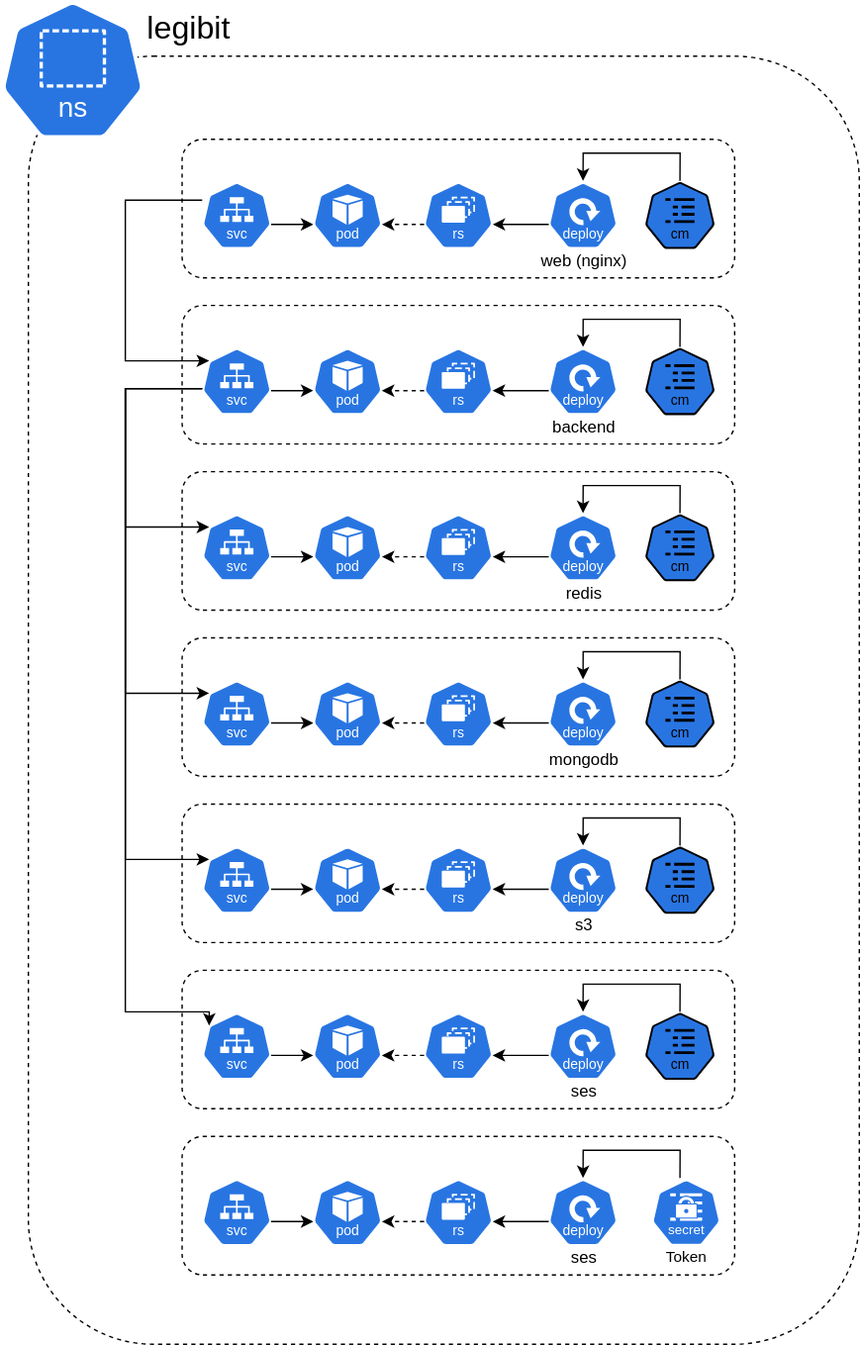
Before: assets/legibit ns.svg, a diagram exported from draw.io (matansuliman/matansuliman.github.io). Source tidied: cells renumbered, new cells last; positions are measured from the earlier drawing's top-left corner, leaving out a move shared by most shapes.
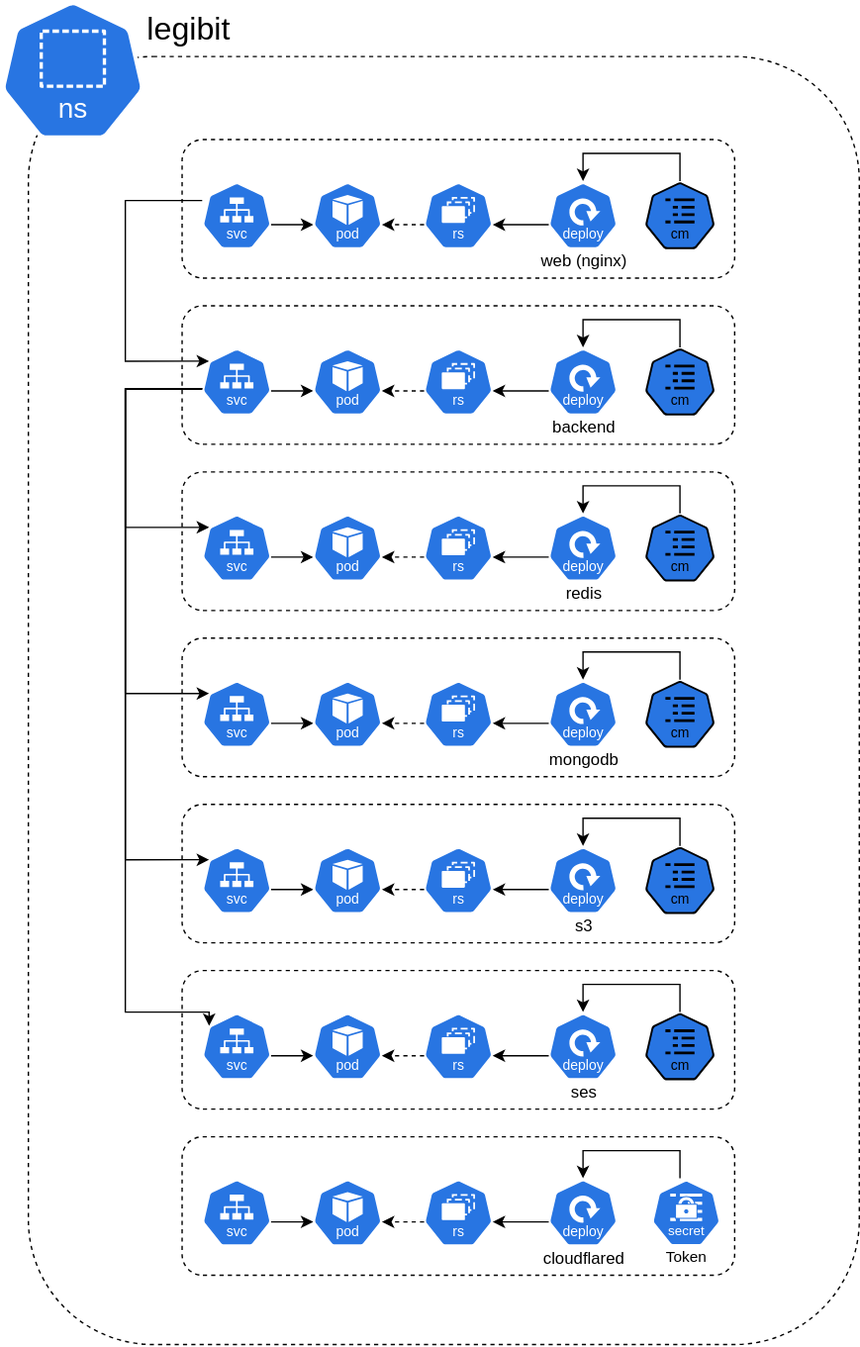
Above is the later version.

Commit message:
fix: last deploy is cloudflared

Change to the diagram source:
```diff
@@ -259,7 +259,7 @@
     <mxCell id="78" style="edgeStyle=orthogonalEdgeStyle;rounded=0;jettySize=auto;html=1;exitX=0.995;exitY=0.63;exitDx=0;exitDy=0;exitPerimeter=0;entryX=0.005;entryY=0.63;entryDx=0;entryDy=0;entryPerimeter=0;strokeColor=#000000;" parent="75" edge="1" source="77" target="83">
       <mxGeometry relative="1" as="geometry" />
     </mxCell>
-    <mxCell id="79" value="&lt;font color=&quot;#000000&quot;&gt;ses&lt;/font&gt;" style="sketch=0;html=1;dashed=0;whitespace=wrap;verticalLabelPosition=bottom;verticalAlign=top;fillColor=#2875E2;strokeColor=#ffffff;points=[[0.005,0.63,0],[0.1,0.2,0],[0.9,0.2,0],[0.5,0,0],[0.995,0.63,0],[0.72,0.99,0],[0.5,1,0],[0.28,0.99,0]];shape=mxgraph.kubernetes.icon2;kubernetesLabel=1;prIcon=deploy;fontSize=12;textShadow=0;labelBackgroundColor=none;labelBorderColor=none;spacing=-4;" parent="75" vertex="1">
+    <mxCell id="79" value="&lt;font color=&quot;#000000&quot;&gt;cloudflared&lt;/font&gt;" style="sketch=0;html=1;dashed=0;whitespace=wrap;verticalLabelPosition=bottom;verticalAlign=top;fillColor=#2875E2;strokeColor=#ffffff;points=[[0.005,0.63,0],[0.1,0.2,0],[0.9,0.2,0],[0.5,0,0],[0.995,0.63,0],[0.72,0.99,0],[0.5,1,0],[0.28,0.99,0]];shape=mxgraph.kubernetes.icon2;kubernetesLabel=1;prIcon=deploy;fontSize=12;textShadow=0;labelBackgroundColor=none;labelBorderColor=none;spacing=-4;" parent="75" vertex="1">
       <mxGeometry x="264.5" y="30" width="50" height="50" as="geometry" />
     </mxCell>
     <mxCell id="80" style="edgeStyle=orthogonalEdgeStyle;rounded=0;jettySize=auto;html=1;exitX=0.005;exitY=0.63;exitDx=0;exitDy=0;exitPerimeter=0;entryX=0.995;entryY=0.63;entryDx=0;entryDy=0;entryPerimeter=0;strokeColor=#000000;" parent="75" edge="1" source="79" target="81">
```
